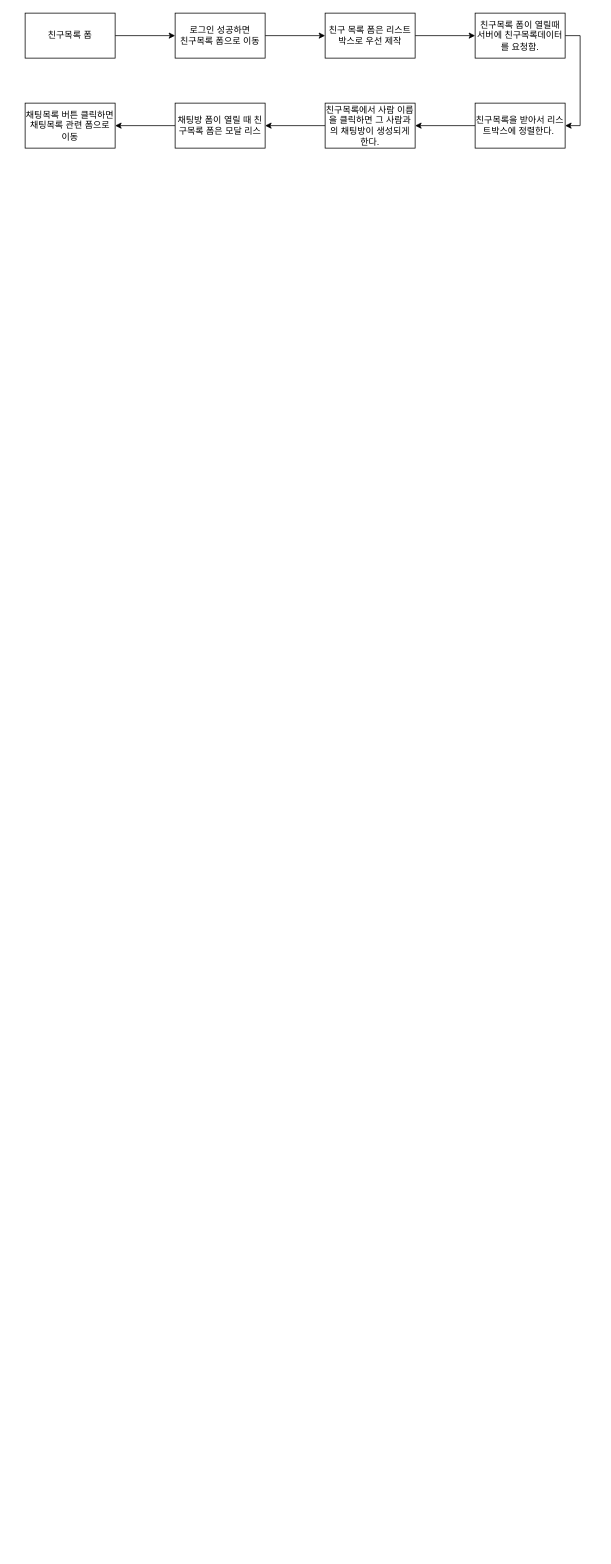
Before: 친구목록.drawio in Hyunmin-Kwak-hub/neighbor21, a draw.io diagram. Source tidied: cells renumbered, new cells numbered last; positions are measured from the earlier drawing's top-left corner, leaving out a move shared by most shapes. Both pictures are drawn from the tidied source at 75%, with x=0, y=0 at pixel (25, 13).
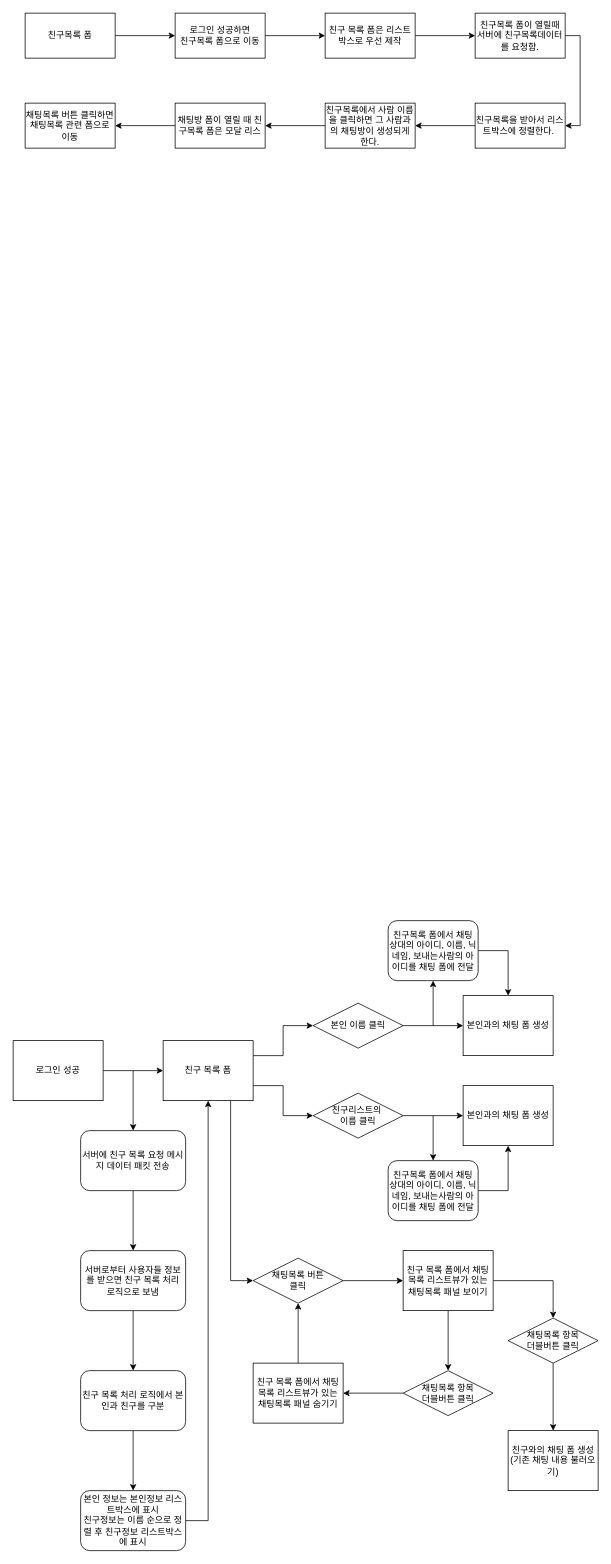
Above is the later version.

Commit message:
친구목록.drawio 업데이트

The edit, as a diff of the source:
```diff
@@
+    <mxCell id="17" style="edgeStyle=orthogonalEdgeStyle;rounded=0;jettySize=auto;html=1;exitX=1;exitY=0.5;exitDx=0;exitDy=0;entryX=0;entryY=0.5;entryDx=0;entryDy=0;" parent="1" edge="1" source="18" target="22">
+      <mxGeometry relative="1" as="geometry" />
+    </mxCell>
+    <mxCell id="18" value="로그인 성공" style="rounded=0;whiteSpace=wrap;html=1;" parent="1" vertex="1">
+      <mxGeometry x="-16" y="1370" width="120" height="80" as="geometry" />
+    </mxCell>
+    <mxCell id="19" style="edgeStyle=orthogonalEdgeStyle;rounded=0;jettySize=auto;html=1;exitX=1;exitY=0.25;exitDx=0;exitDy=0;entryX=0;entryY=0.5;entryDx=0;entryDy=0;" parent="1" edge="1" source="22" target="33">
+      <mxGeometry relative="1" as="geometry" />
+    </mxCell>
+    <mxCell id="20" style="edgeStyle=orthogonalEdgeStyle;rounded=0;jettySize=auto;html=1;exitX=1;exitY=0.75;exitDx=0;exitDy=0;entryX=0;entryY=0.5;entryDx=0;entryDy=0;" parent="1" edge="1" source="22" target="36">
+      <mxGeometry relative="1" as="geometry" />
+    </mxCell>
+    <mxCell id="21" style="edgeStyle=orthogonalEdgeStyle;rounded=0;jettySize=auto;html=1;exitX=0.75;exitY=1;exitDx=0;exitDy=0;entryX=0;entryY=0.5;entryDx=0;entryDy=0;" parent="1" edge="1" source="22" target="45">
+      <mxGeometry relative="1" as="geometry" />
+    </mxCell>
+    <mxCell id="22" value="친구 목록 폼" style="rounded=0;whiteSpace=wrap;html=1;" parent="1" vertex="1">
+      <mxGeometry x="184" y="1370" width="120" height="80" as="geometry" />
+    </mxCell>
+    <mxCell id="23" style="edgeStyle=orthogonalEdgeStyle;rounded=0;jettySize=auto;html=1;exitX=0.5;exitY=1;exitDx=0;exitDy=0;entryX=0.5;entryY=0;entryDx=0;entryDy=0;" parent="1" edge="1" source="24" target="26">
+      <mxGeometry relative="1" as="geometry" />
+    </mxCell>
+    <mxCell id="24" value="서버에 친구 목록 요청 메시지 데이터 패킷 전송" style="rounded=1;whiteSpace=wrap;html=1;" parent="1" vertex="1">
+      <mxGeometry x="74" y="1490" width="140" height="80" as="geometry" />
+    </mxCell>
+    <mxCell id="25" style="edgeStyle=orthogonalEdgeStyle;rounded=0;jettySize=auto;html=1;exitX=0.5;exitY=1;exitDx=0;exitDy=0;entryX=0.5;entryY=0;entryDx=0;entryDy=0;" parent="1" edge="1" source="26" target="28">
+      <mxGeometry relative="1" as="geometry" />
+    </mxCell>
+    <mxCell id="26" value="서버로부터 사용자들 정보를 받으면 친구 목록 처리 로직으로 보냄" style="rounded=1;whiteSpace=wrap;html=1;" parent="1" vertex="1">
+      <mxGeometry x="74" y="1650" width="140" height="80" as="geometry" />
+    </mxCell>
+    <mxCell id="27" style="edgeStyle=orthogonalEdgeStyle;rounded=0;jettySize=auto;html=1;exitX=0.5;exitY=1;exitDx=0;exitDy=0;entryX=0.5;entryY=0;entryDx=0;entryDy=0;" parent="1" edge="1" source="28" target="29">
+      <mxGeometry relative="1" as="geometry" />
+    </mxCell>
+    <mxCell id="28" value="친구 목록 처리 로직에서 본인과 친구를 구분" style="rounded=1;whiteSpace=wrap;html=1;" parent="1" vertex="1">
+      <mxGeometry x="74" y="1810" width="140" height="80" as="geometry" />
+    </mxCell>
+    <mxCell id="29" value="본인 정보는 본인정보 리스트박스에 표시&lt;div&gt;친구정보는 이름 순으로 정렬 후 친구정보 리스트박스에 표시&lt;/div&gt;" style="rounded=1;whiteSpace=wrap;html=1;" parent="1" vertex="1">
+      <mxGeometry x="74" y="1970" width="140" height="80" as="geometry" />
+    </mxCell>
+    <mxCell id="30" style="edgeStyle=orthogonalEdgeStyle;rounded=0;jettySize=auto;html=1;exitX=1;exitY=0.5;exitDx=0;exitDy=0;entryX=0.5;entryY=1;entryDx=0;entryDy=0;" parent="1" edge="1" source="29" target="22">
+      <mxGeometry relative="1" as="geometry" />
+    </mxCell>
+    <mxCell id="31" style="endArrow=classic;html=1;rounded=0;entryX=0.5;entryY=0;entryDx=0;entryDy=0;" parent="1" edge="1" target="24">
+      <mxGeometry relative="1" as="geometry">
+        <mxPoint x="144" y="1410" as="sourcePoint" />
+      </mxGeometry>
+    </mxCell>
+    <mxCell id="32" style="edgeStyle=orthogonalEdgeStyle;rounded=0;jettySize=auto;html=1;exitX=1;exitY=0.5;exitDx=0;exitDy=0;entryX=0;entryY=0.5;entryDx=0;entryDy=0;" parent="1" edge="1" source="33" target="34">
+      <mxGeometry relative="1" as="geometry" />
+    </mxCell>
+    <mxCell id="33" value="본인 이름 클릭" style="rhombus;whiteSpace=wrap;html=1;" parent="1" vertex="1">
+      <mxGeometry x="384" y="1320" width="120" height="60" as="geometry" />
+    </mxCell>
+    <mxCell id="34" value="본인과의 채팅 폼 생성" style="rounded=0;whiteSpace=wrap;html=1;" parent="1" vertex="1">
+      <mxGeometry x="584" y="1310" width="120" height="80" as="geometry" />
+    </mxCell>
+    <mxCell id="35" style="edgeStyle=orthogonalEdgeStyle;rounded=0;jettySize=auto;html=1;exitX=1;exitY=0.5;exitDx=0;exitDy=0;entryX=0;entryY=0.5;entryDx=0;entryDy=0;" parent="1" edge="1" source="36" target="37">
+      <mxGeometry relative="1" as="geometry" />
+    </mxCell>
+    <mxCell id="36" value="친구리스트의&amp;nbsp;&lt;div&gt;이름 클릭&lt;/div&gt;" style="rhombus;whiteSpace=wrap;html=1;" parent="1" vertex="1">
+      <mxGeometry x="384" y="1440" width="120" height="60" as="geometry" />
+    </mxCell>
+    <mxCell id="37" value="본인과의 채팅 폼 생성" style="rounded=0;whiteSpace=wrap;html=1;" parent="1" vertex="1">
+      <mxGeometry x="584" y="1430" width="120" height="80" as="geometry" />
+    </mxCell>
+    <mxCell id="38" style="endArrow=classic;html=1;rounded=0;" parent="1" edge="1" target="40">
+      <mxGeometry relative="1" as="geometry">
+        <mxPoint x="544" y="1350" as="sourcePoint" />
+      </mxGeometry>
+    </mxCell>
+    <mxCell id="39" style="edgeStyle=orthogonalEdgeStyle;rounded=0;jettySize=auto;html=1;exitX=1;exitY=0.5;exitDx=0;exitDy=0;entryX=0.5;entryY=0;entryDx=0;entryDy=0;" parent="1" edge="1" source="40" target="34">
+      <mxGeometry relative="1" as="geometry" />
+    </mxCell>
+    <mxCell id="40" value="친구목록 폼에서 채팅 상대의 아이디, 이름, 닉네임, 보내는사람의 아이디를 채팅 폼에 전달" style="rounded=1;whiteSpace=wrap;html=1;" parent="1" vertex="1">
+      <mxGeometry x="484" y="1210" width="120" height="80" as="geometry" />
+    </mxCell>
+    <mxCell id="41" style="edgeStyle=orthogonalEdgeStyle;rounded=0;jettySize=auto;html=1;exitX=1;exitY=0.5;exitDx=0;exitDy=0;entryX=0.5;entryY=1;entryDx=0;entryDy=0;" parent="1" edge="1" source="42" target="37">
+      <mxGeometry relative="1" as="geometry" />
+    </mxCell>
+    <mxCell id="42" value="친구목록 폼에서 채팅 상대의 아이디, 이름, 닉네임, 보내는사람의 아이디를 채팅 폼에 전달" style="rounded=1;whiteSpace=wrap;html=1;" parent="1" vertex="1">
+      <mxGeometry x="484" y="1530" width="120" height="80" as="geometry" />
+    </mxCell>
+    <mxCell id="43" style="endArrow=classic;html=1;rounded=0;entryX=0.5;entryY=0;entryDx=0;entryDy=0;" parent="1" edge="1" target="42">
+      <mxGeometry relative="1" as="geometry">
+        <mxPoint x="544" y="1470" as="sourcePoint" />
+      </mxGeometry>
+    </mxCell>
+    <mxCell id="44" style="edgeStyle=orthogonalEdgeStyle;rounded=0;jettySize=auto;html=1;exitX=1;exitY=0.5;exitDx=0;exitDy=0;entryX=0;entryY=0.5;entryDx=0;entryDy=0;" parent="1" edge="1" source="45" target="48">
+      <mxGeometry relative="1" as="geometry" />
+    </mxCell>
+    <mxCell id="45" value="채팅목록 버튼&lt;div&gt;클릭&lt;/div&gt;" style="rhombus;whiteSpace=wrap;html=1;" parent="1" vertex="1">
+      <mxGeometry x="304" y="1660" width="120" height="60" as="geometry" />
+    </mxCell>
+    <mxCell id="46" style="edgeStyle=orthogonalEdgeStyle;rounded=0;jettySize=auto;html=1;exitX=1;exitY=0.5;exitDx=0;exitDy=0;entryX=0.5;entryY=0;entryDx=0;entryDy=0;" parent="1" edge="1" source="48" target="50">
+      <mxGeometry relative="1" as="geometry" />
+    </mxCell>
+    <mxCell id="47" style="edgeStyle=orthogonalEdgeStyle;rounded=0;jettySize=auto;html=1;exitX=0.5;exitY=1;exitDx=0;exitDy=0;entryX=0.5;entryY=0;entryDx=0;entryDy=0;" parent="1" edge="1" source="48" target="52">
+      <mxGeometry relative="1" as="geometry" />
+    </mxCell>
+    <mxCell id="48" value="친구 목록 폼에서 채팅 목록 리스트뷰가 있는 채팅목록 패널 보이기" style="rounded=0;whiteSpace=wrap;html=1;" parent="1" vertex="1">
+      <mxGeometry x="504" y="1650" width="120" height="80" as="geometry" />
+    </mxCell>
+    <mxCell id="49" style="edgeStyle=orthogonalEdgeStyle;rounded=0;jettySize=auto;html=1;exitX=0.5;exitY=1;exitDx=0;exitDy=0;entryX=0.5;entryY=0;entryDx=0;entryDy=0;" parent="1" edge="1" source="50" target="55">
+      <mxGeometry relative="1" as="geometry" />
+    </mxCell>
+    <mxCell id="50" value="채팅목록 항목&lt;div&gt;더블버튼&amp;nbsp;&lt;span style=&quot;background-color: initial;&quot;&gt;클릭&lt;/span&gt;&lt;/div&gt;" style="rhombus;whiteSpace=wrap;html=1;" parent="1" vertex="1">
+      <mxGeometry x="644" y="1740" width="120" height="60" as="geometry" />
+    </mxCell>
+    <mxCell id="51" style="edgeStyle=orthogonalEdgeStyle;rounded=0;jettySize=auto;html=1;exitX=0;exitY=0.5;exitDx=0;exitDy=0;entryX=1;entryY=0.5;entryDx=0;entryDy=0;" parent="1" edge="1" source="52" target="54">
+      <mxGeometry relative="1" as="geometry" />
+    </mxCell>
+    <mxCell id="52" value="채팅목록 항목&lt;div&gt;더블버튼&amp;nbsp;&lt;span style=&quot;background-color: initial;&quot;&gt;클릭&lt;/span&gt;&lt;/div&gt;" style="rhombus;whiteSpace=wrap;html=1;" parent="1" vertex="1">
+      <mxGeometry x="504" y="1810" width="120" height="60" as="geometry" />
+    </mxCell>
+    <mxCell id="53" style="edgeStyle=orthogonalEdgeStyle;rounded=0;jettySize=auto;html=1;exitX=0.5;exitY=0;exitDx=0;exitDy=0;entryX=0.5;entryY=1;entryDx=0;entryDy=0;" parent="1" edge="1" source="54" target="45">
+      <mxGeometry relative="1" as="geometry" />
+    </mxCell>
+    <mxCell id="54" value="친구 목록 폼에서 채팅 목록 리스트뷰가 있는 채팅목록 패널 숨기기" style="rounded=0;whiteSpace=wrap;html=1;" parent="1" vertex="1">
+      <mxGeometry x="304" y="1800" width="120" height="80" as="geometry" />
+    </mxCell>
+    <mxCell id="55" value="친구와의 채팅 폼 생성&lt;div&gt;&lt;span style=&quot;background-color: initial;&quot;&gt;(기존 채팅 내용 불러오기)&lt;/span&gt;&lt;/div&gt;" style="rounded=0;whiteSpace=wrap;html=1;" parent="1" vertex="1">
+      <mxGeometry x="644" y="1890" width="120" height="80" as="geometry" />
+    </mxCell>
```
